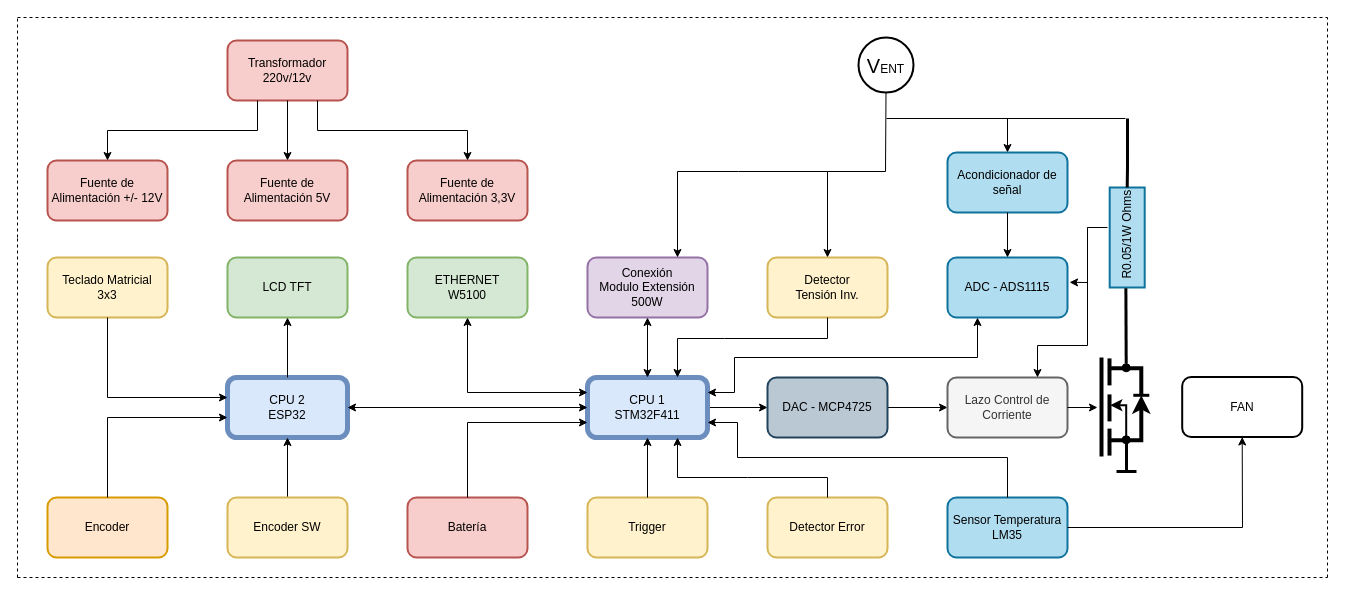
This is Diagrama en Bloques.drawio from Nicolasseze/Carga-Electronica, a draw.io file, before an edit. Source tidied: cells renumbered, new cells numbered last; positions are measured from the earlier drawing's top-left corner, leaving out a move shared by most shapes. Both pictures are drawn from the tidied source at 100%, with x=0, y=0 at pixel (17, 17).
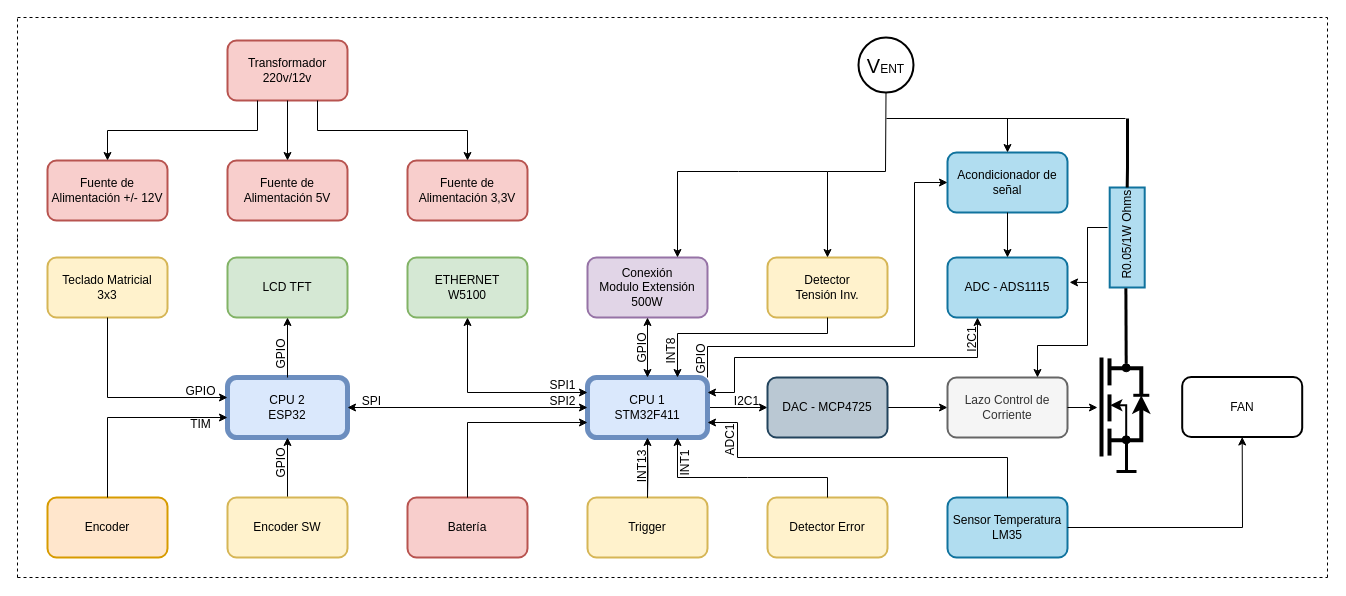
After the change.

The change refers to these unchanged cells:
```xml
<mxCell id="6" value="CPU 1&lt;br&gt;STM32F411" style="rounded=1;whiteSpace=wrap;html=1;fillColor=#dae8fc;strokeColor=#6c8ebf;strokeWidth=5;" parent="1" vertex="1">
  <mxGeometry x="570" y="360" width="120" height="60" as="geometry" />
</mxCell>
<mxCell id="19" value="Trigger" style="rounded=1;whiteSpace=wrap;html=1;fillColor=#fff2cc;strokeColor=#d6b656;strokeWidth=2;" parent="1" vertex="1">
  <mxGeometry x="570" y="480" width="120" height="60" as="geometry" />
</mxCell>
<mxCell id="39" value="Acondicionador de señal" style="rounded=1;whiteSpace=wrap;html=1;fillColor=#b1ddf0;strokeColor=#10739e;strokeWidth=2;" parent="1" vertex="1">
  <mxGeometry x="930" y="135" width="120" height="60" as="geometry" />
</mxCell>
<mxCell id="68" value="Detector &lt;br&gt;Tensión Inv." style="rounded=1;whiteSpace=wrap;html=1;fillColor=#fff2cc;strokeColor=#d6b656;strokeWidth=2;" parent="1" vertex="1">
  <mxGeometry x="750" y="240" width="120" height="60" as="geometry" />
</mxCell>
```

The edit, as a diff of the source:
```diff
@@
     <mxCell id="74" style="endArrow=classic;html=1;rounded=0;entryX=0.75;entryY=0;entryDx=0;entryDy=0;exitX=0.5;exitY=1;exitDx=0;exitDy=0;" parent="1" edge="1" source="68" target="6">
       <mxGeometry relative="1" as="geometry">
         <Array as="points">
-          <mxPoint x="810" y="321" />
-          <mxPoint x="707" y="321" />
-          <mxPoint x="660" y="321" />
+          <mxPoint x="810" y="316" />
+          <mxPoint x="660" y="316" />
         </Array>
       </mxGeometry>
     </mxCell>
+    <mxCell id="75" value="GPIO" style="text;html=1;align=center;verticalAlign=middle;strokeColor=none;fillColor=none;rotation=-90;" parent="1" vertex="1">
+      <mxGeometry x="240" y="324" width="48" height="26" as="geometry" />
+    </mxCell>
+    <mxCell id="76" value="GPIO" style="text;html=1;align=center;verticalAlign=middle;strokeColor=none;fillColor=none;rotation=0;" parent="1" vertex="1">
+      <mxGeometry x="159" y="361" width="48" height="26" as="geometry" />
+    </mxCell>
+    <mxCell id="77" value="TIM" style="text;html=1;align=center;verticalAlign=middle;strokeColor=none;fillColor=none;rotation=0;" parent="1" vertex="1">
+      <mxGeometry x="163" y="394" width="39" height="26" as="geometry" />
+    </mxCell>
+    <mxCell id="78" value="GPIO" style="text;html=1;align=center;verticalAlign=middle;strokeColor=none;fillColor=none;rotation=-90;" parent="1" vertex="1">
+      <mxGeometry x="240" y="433" width="48" height="26" as="geometry" />
+    </mxCell>
+    <mxCell id="79" value="I2C1" style="text;html=1;align=center;verticalAlign=middle;strokeColor=none;fillColor=none;rotation=-90;" parent="1" vertex="1">
+      <mxGeometry x="933" y="310" width="43" height="26" as="geometry" />
+    </mxCell>
+    <mxCell id="80" value="I2C1" style="text;html=1;align=center;verticalAlign=middle;strokeColor=none;fillColor=none;rotation=0;" parent="1" vertex="1">
+      <mxGeometry x="707" y="371" width="43" height="26" as="geometry" />
+    </mxCell>
+    <mxCell id="81" value="SPI" style="text;html=1;align=center;verticalAlign=middle;strokeColor=none;fillColor=none;rotation=0;" parent="1" vertex="1">
+      <mxGeometry x="335" y="371" width="37" height="26" as="geometry" />
+    </mxCell>
+    <mxCell id="82" value="SPI2" style="text;html=1;align=center;verticalAlign=middle;strokeColor=none;fillColor=none;rotation=0;" parent="1" vertex="1">
+      <mxGeometry x="523" y="371" width="44" height="26" as="geometry" />
+    </mxCell>
+    <mxCell id="83" value="ADC1" style="text;html=1;align=center;verticalAlign=middle;strokeColor=none;fillColor=none;rotation=-90;" parent="1" vertex="1">
+      <mxGeometry x="688" y="410" width="50" height="26" as="geometry" />
+    </mxCell>
+    <mxCell id="84" value="INT13" style="text;html=1;align=center;verticalAlign=middle;strokeColor=none;fillColor=none;rotation=-90;" parent="1" vertex="1">
+      <mxGeometry x="599" y="437" width="51" height="26" as="geometry" />
+    </mxCell>
+    <mxCell id="85" value="INT1" style="text;html=1;align=center;verticalAlign=middle;strokeColor=none;fillColor=none;rotation=-90;" parent="1" vertex="1">
+      <mxGeometry x="646" y="433" width="44" height="26" as="geometry" />
+    </mxCell>
+    <mxCell id="86" value="INT8" style="text;html=1;align=center;verticalAlign=middle;strokeColor=none;fillColor=none;rotation=-90;" parent="1" vertex="1">
+      <mxGeometry x="632" y="321" width="44" height="26" as="geometry" />
+    </mxCell>
+    <mxCell id="87" value="GPIO" style="text;html=1;align=center;verticalAlign=middle;strokeColor=none;fillColor=none;rotation=-90;" parent="1" vertex="1">
+      <mxGeometry x="601" y="318" width="48" height="26" as="geometry" />
+    </mxCell>
+    <mxCell id="88" style="edgeStyle=orthogonalEdgeStyle;rounded=0;jettySize=auto;html=1;endArrow=none;endFill=0;" parent="1" edge="1" target="19">
+      <mxGeometry relative="1" as="geometry">
+        <mxPoint x="630" y="425" as="sourcePoint" />
+      </mxGeometry>
+    </mxCell>
+    <mxCell id="89" value="SPI1" style="text;html=1;align=center;verticalAlign=middle;strokeColor=none;fillColor=none;rotation=0;" parent="1" vertex="1">
+      <mxGeometry x="523" y="355" width="44" height="26" as="geometry" />
+    </mxCell>
+    <mxCell id="90" style="endArrow=classic;html=1;rounded=0;entryX=0;entryY=0.5;entryDx=0;entryDy=0;exitX=1;exitY=0;exitDx=0;exitDy=0;" parent="1" edge="1" source="6" target="39">
+      <mxGeometry relative="1" as="geometry">
+        <Array as="points">
+          <mxPoint x="690" y="329" />
+          <mxPoint x="897" y="329" />
+          <mxPoint x="897" y="165" />
+        </Array>
+      </mxGeometry>
+    </mxCell>
+    <mxCell id="91" value="GPIO" style="text;html=1;align=center;verticalAlign=middle;strokeColor=none;fillColor=none;rotation=-90;" parent="1" vertex="1">
+      <mxGeometry x="660" y="329" width="48" height="26" as="geometry" />
+    </mxCell>
```
